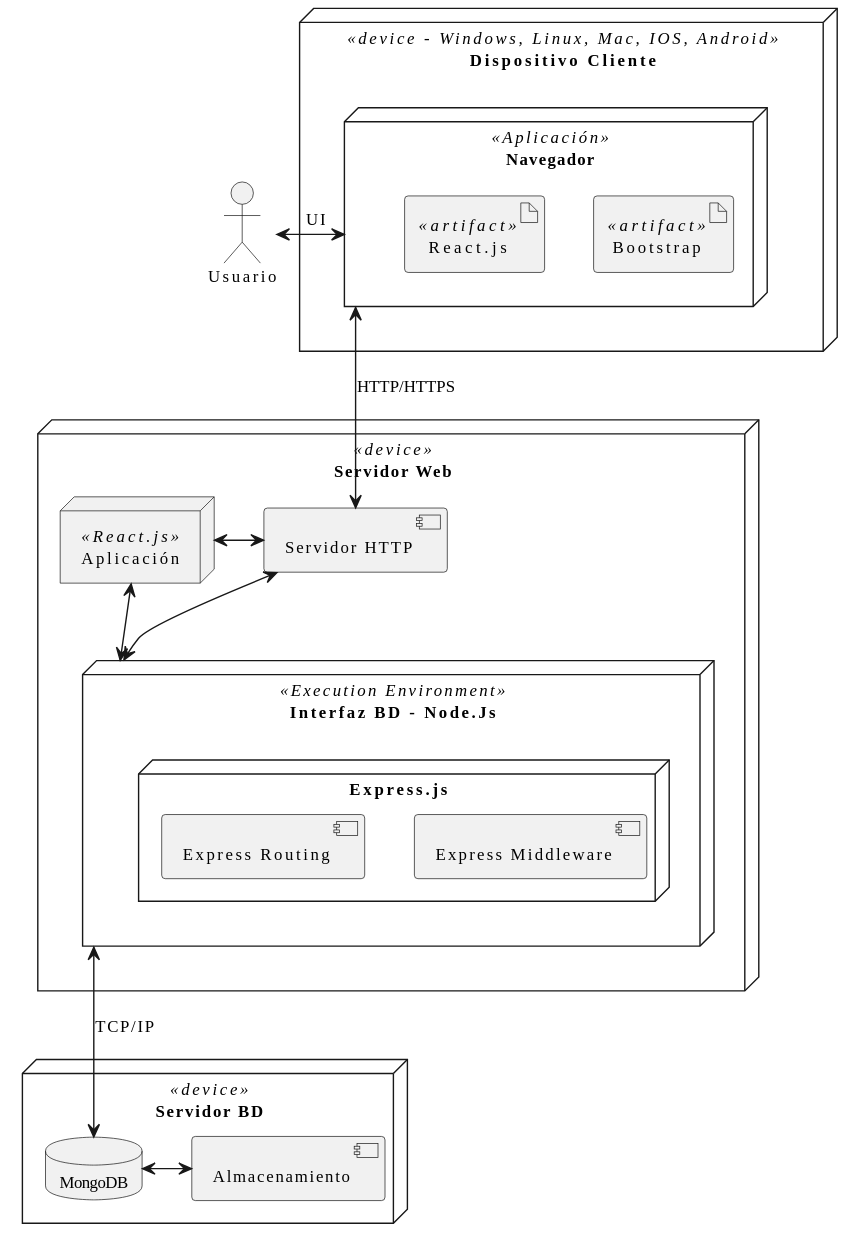
This is assets-documento/diagrama-despliegue01.svg from proyectoCiclo4MinTic/instaYa, a PlantUML export, as it was before one commit.
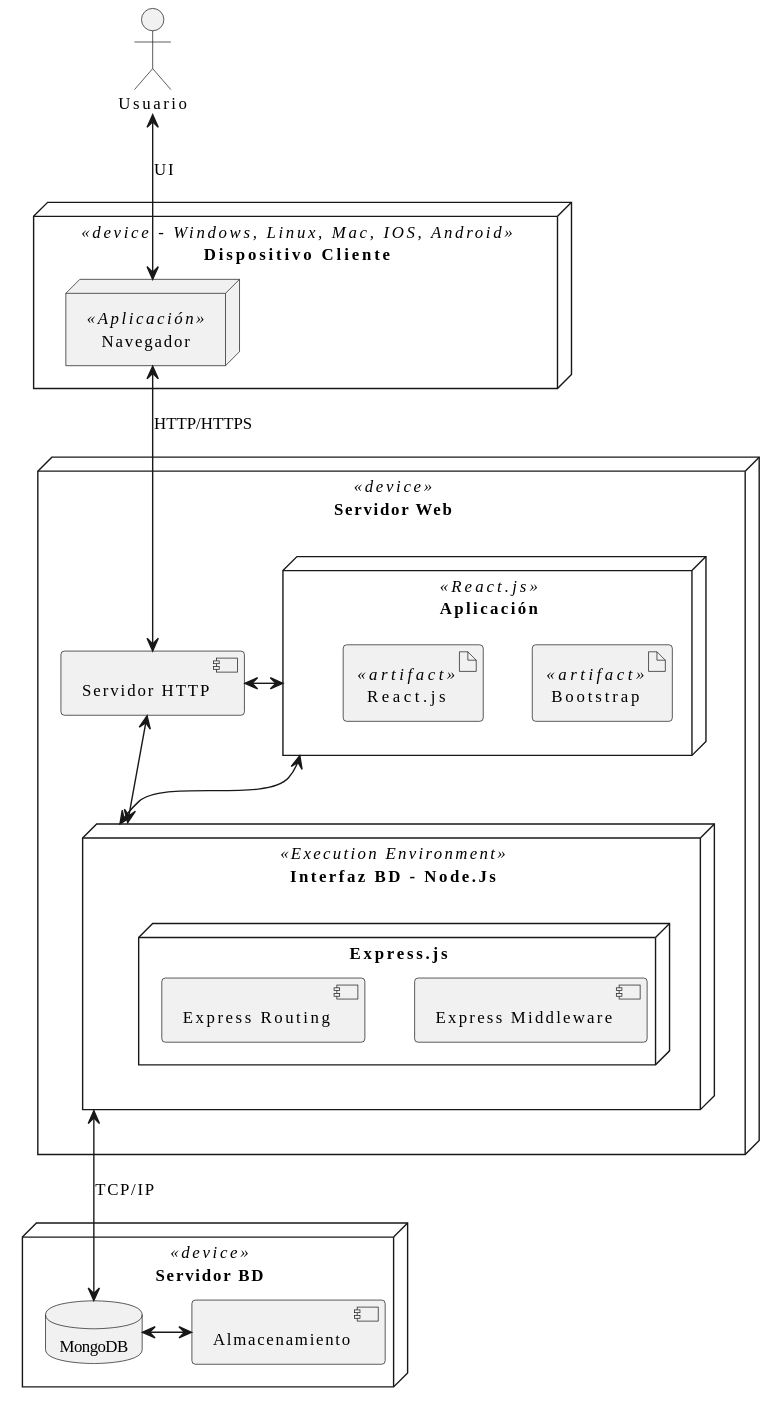
After the change.

What changed in the source:
```diff
@@ -19,14 +19,14 @@
 node "Dispositivo Cliente" <<device - Windows, Linux, Mac, IOS, Android>> {
 
     node Navegador <<Aplicación>> {
-        artifact Bootstrap <<artifact>>
-        artifact React.js <<artifact>>
     }
 
 }
 
 node "Servidor Web" <<device>> {
     node "Aplicación" <<React.js>> {
+        artifact Bootstrap <<artifact>>
+        artifact React.js <<artifact>>
 
     }
     component "Servidor HTTP"
@@ -48,7 +48,7 @@
 
 
 
-[Usuario] <-> Navegador : UI
+[Usuario] <--> Navegador : UI
 Navegador <--> [Servidor HTTP] : HTTP/HTTPS
 Aplicación <-> [Servidor HTTP]
 Aplicación <-> IBD
```
